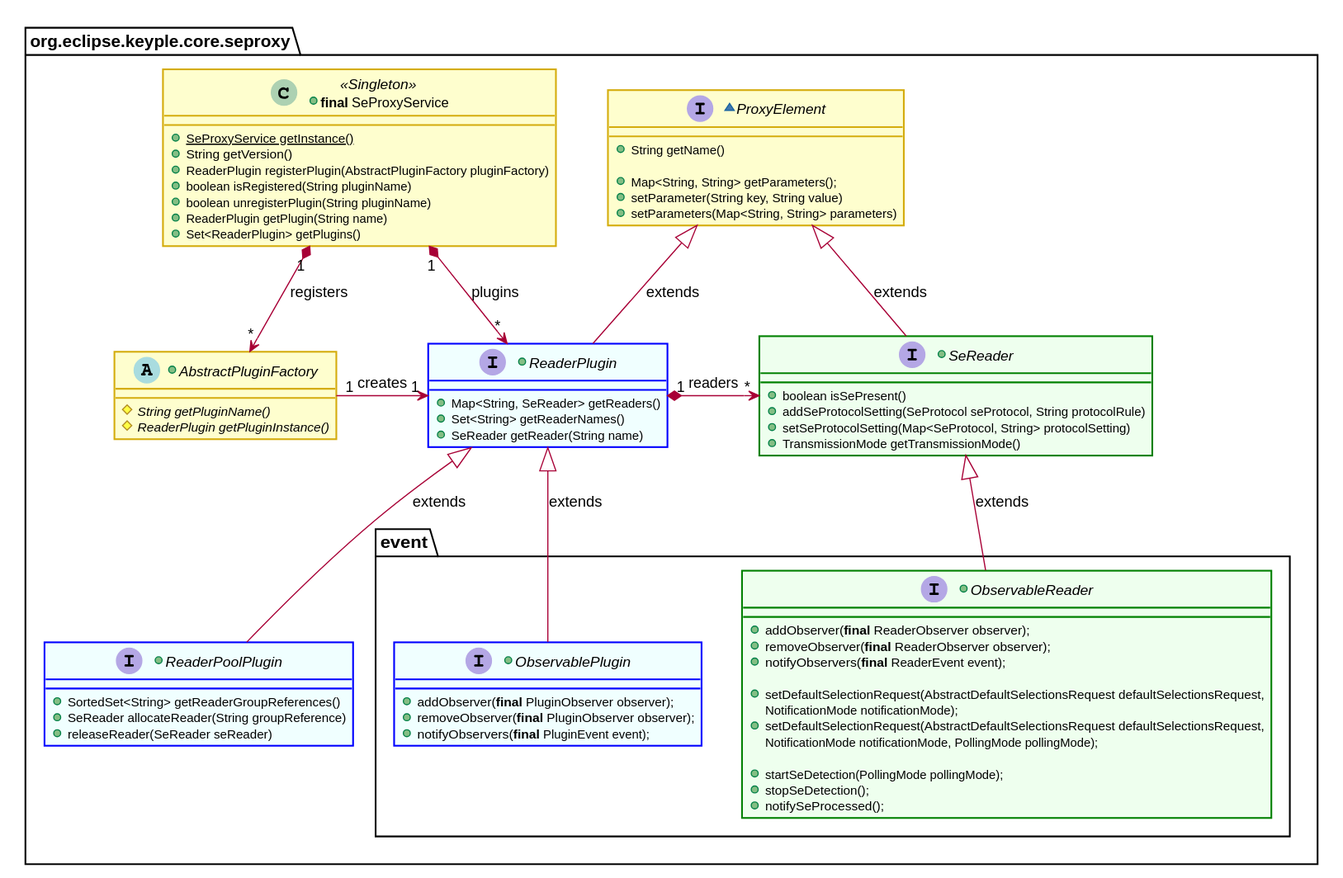
calypsonet/keyple keeps this PlantUML diagram as docs/KeypleCoreApi/ApplicationApi/img/KeypleCore_ApplicationApi_ClassDiag_SE_Proxy_PluginSettingAndReaderAccess_0_9_0.svg. Above is the earlier version.
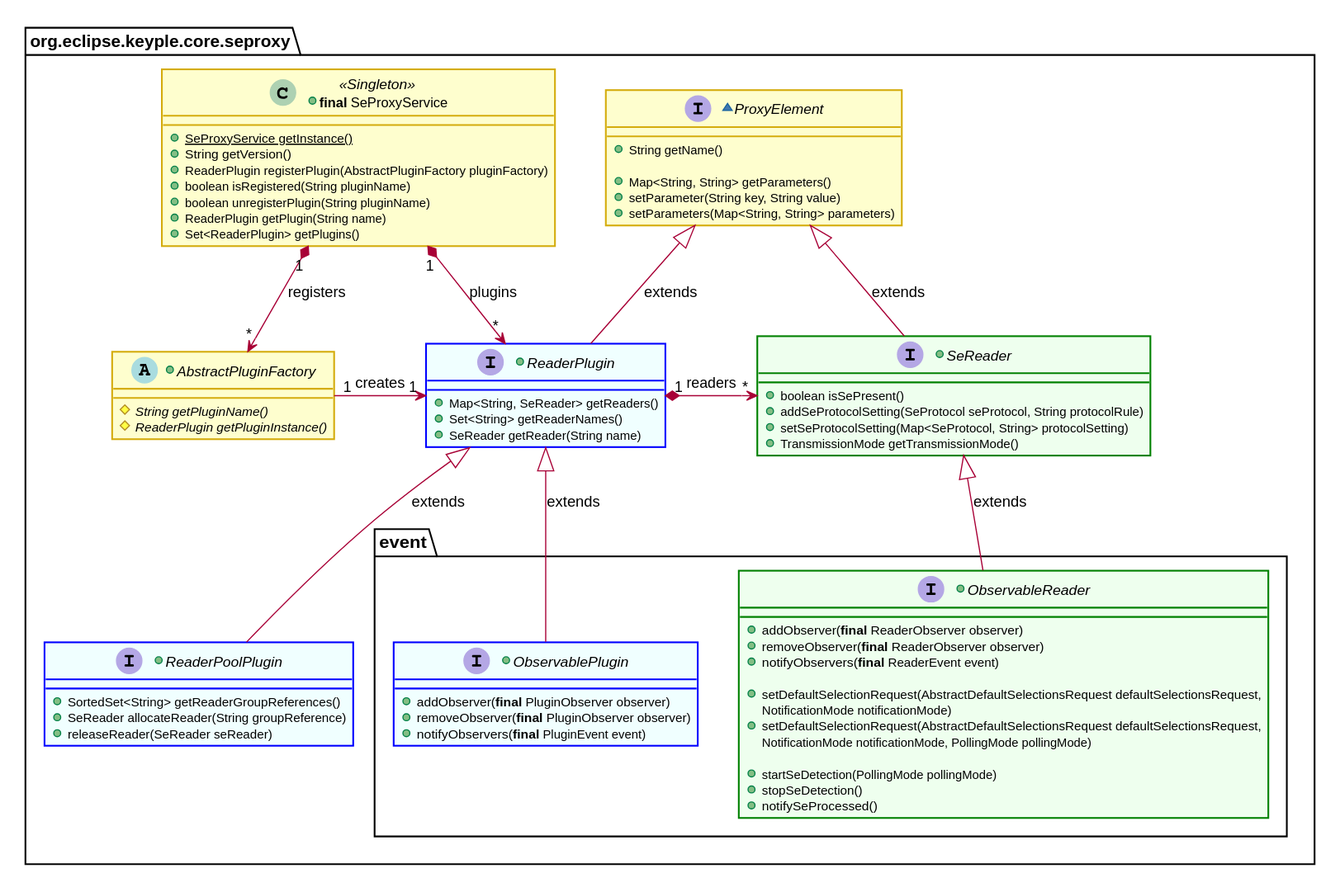
After the commit.

What changed in the source:
```diff
@@ -35,7 +35,7 @@
 ~interface ProxyElement {
   +String getName()
 
-  +Map<String, String> getParameters();
+  +Map<String, String> getParameters()
   +setParameter(String key, String value)
   +setParameters(Map<String, String> parameters)
 }
@@ -70,23 +70,23 @@
 
   package event #FFFFFF {
 +interface ObservablePlugin {
-  +addObserver(<b>final</b> PluginObserver observer);
-  +removeObserver(<b>final</b> PluginObserver observer);
-  +notifyObservers(<b>final</b> PluginEvent event);
+  +addObserver(<b>final</b> PluginObserver observer)
+  +removeObserver(<b>final</b> PluginObserver observer)
+  +notifyObservers(<b>final</b> PluginEvent event)
 }
 +interface ObservableReader {
-  +addObserver(<b>final</b> ReaderObserver observer);
-  +removeObserver(<b>final</b> ReaderObserver observer);
-  +notifyObservers(<b>final</b> ReaderEvent event);
+  +addObserver(<b>final</b> ReaderObserver observer)
+  +removeObserver(<b>final</b> ReaderObserver observer)
+  +notifyObservers(<b>final</b> ReaderEvent event)
 
   +setDefaultSelectionRequest(AbstractDefaultSelectionsRequest defaultSelectionsRequest,
-    NotificationMode notificationMode);
+    NotificationMode notificationMode)
   +setDefaultSelectionRequest(AbstractDefaultSelectionsRequest defaultSelectionsRequest,
-    NotificationMode notificationMode, PollingMode pollingMode);
+    NotificationMode notificationMode, PollingMode pollingMode)
 
-  +startSeDetection(PollingMode pollingMode);
-  +stopSeDetection();
-  +notifySeProcessed();
+  +startSeDetection(PollingMode pollingMode)
+  +stopSeDetection()
+  +notifySeProcessed()
 }
   }
   ReaderPlugin <|-- ObservablePlugin : extends
```
